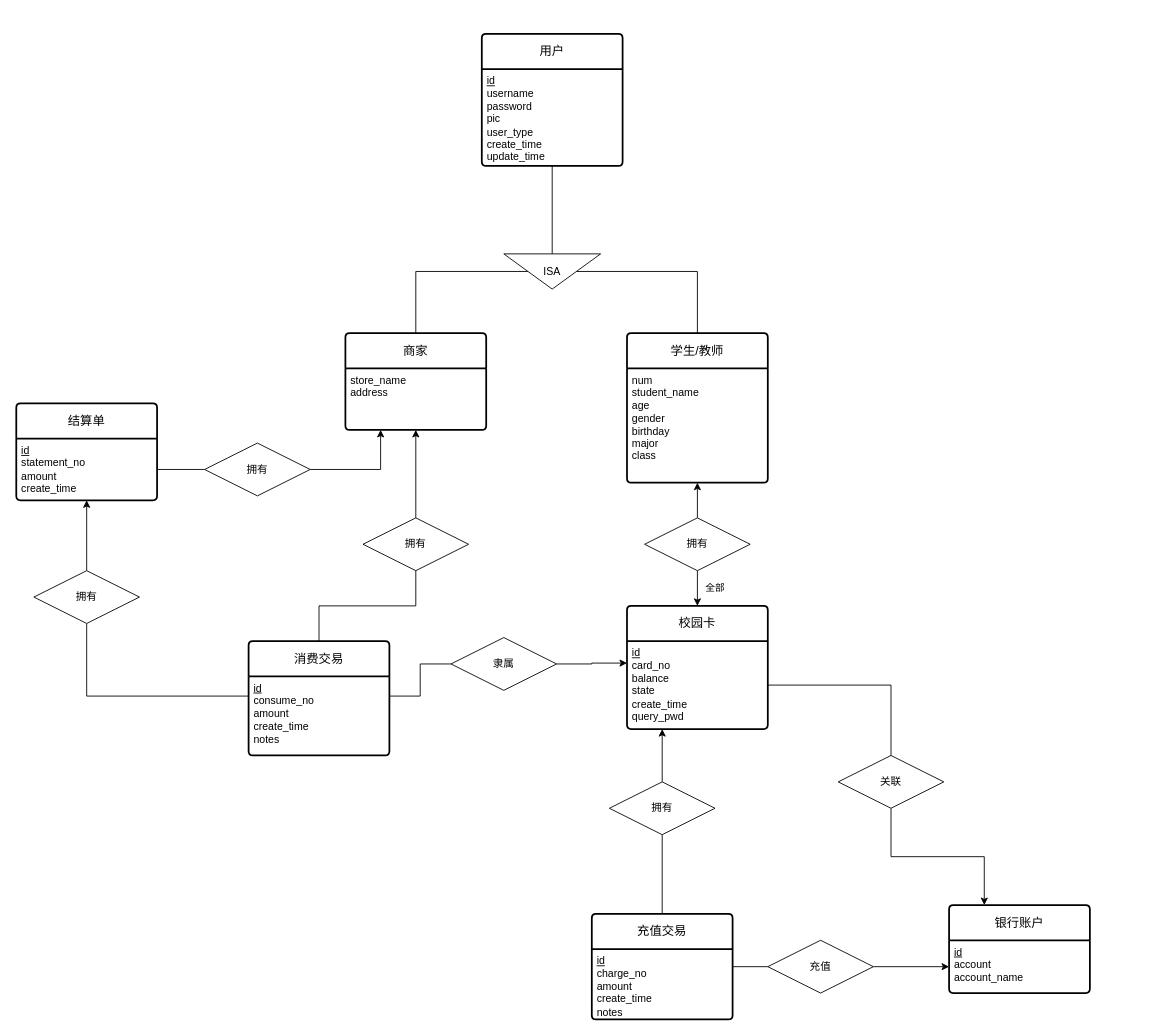
Above: ER-Charts/ER_CampusCard.drawio in ShiaoYoung/Database-course_design (draw.io), before the change. Source tidied: cells renumbered, new cells numbered last; positions are measured from the earlier drawing's top-left corner, leaving out a move shared by most shapes. Both pictures are drawn from the tidied source at 88%, with x=0, y=0 at pixel (16, 33).
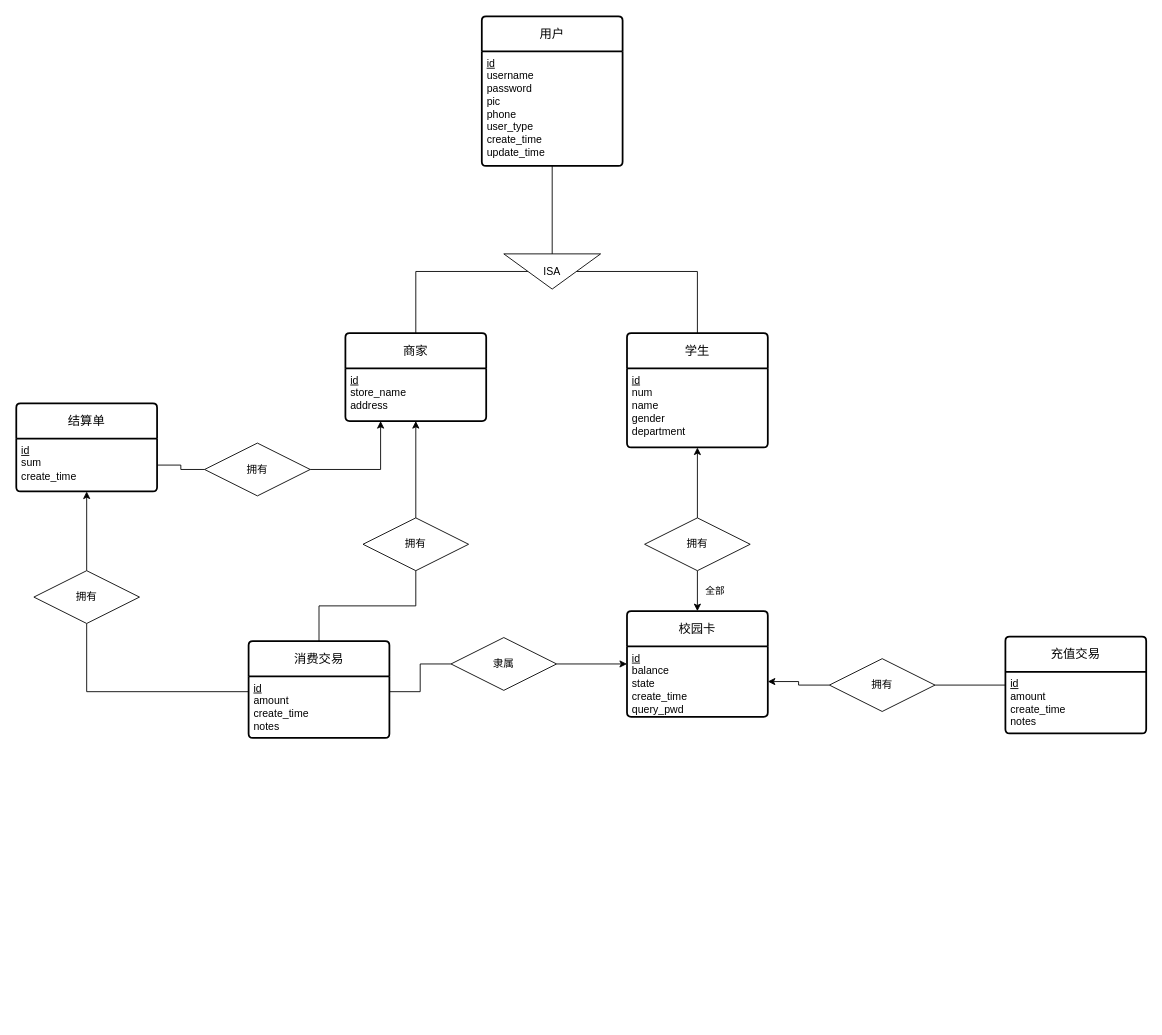
The same page after the edit.

The edit, as a diff of the source:
```diff
@@
     <mxCell id="2" value="商家" style="swimlane;horizontal=1;startSize=40;rounded=1;fontSize=14;fontStyle=0;strokeWidth=2;shadow=0;dashed=0;align=center;arcSize=4;whiteSpace=wrap;html=1;" parent="1" vertex="1">
-      <mxGeometry x="374" y="340" width="160" height="110" as="geometry" />
+      <mxGeometry x="374" y="340" width="160" height="100" as="geometry" />
     </mxCell>
-    <mxCell id="3" value="&lt;div&gt;store_name&lt;div&gt;address&lt;/div&gt;&lt;/div&gt;" style="align=left;strokeColor=none;fillColor=none;spacingLeft=4;fontSize=12;verticalAlign=top;html=1;" parent="2" vertex="1">
-      <mxGeometry y="40" width="160" height="70" as="geometry" />
+    <mxCell id="3" value="&lt;div&gt;&lt;u&gt;id&lt;/u&gt;&lt;/div&gt;&lt;div&gt;store_name&lt;div&gt;address&lt;/div&gt;&lt;/div&gt;" style="align=left;strokeColor=none;fillColor=none;spacingLeft=4;fontSize=12;verticalAlign=top;html=1;" parent="2" vertex="1">
+      <mxGeometry y="40" width="160" height="60" as="geometry" />
     </mxCell>
     <mxCell id="4" value="校园卡" style="swimlane;horizontal=1;startSize=40;rounded=1;fontSize=14;fontStyle=0;strokeWidth=2;shadow=0;dashed=0;align=center;arcSize=4;whiteSpace=wrap;html=1;" parent="1" vertex="1">
-      <mxGeometry x="694" y="650" width="160" height="140" as="geometry" />
+      <mxGeometry x="694" y="656" width="160" height="120" as="geometry" />
     </mxCell>
-    <mxCell id="5" value="&lt;u&gt;id&lt;/u&gt;&lt;div&gt;card_no&lt;br&gt;balance&lt;/div&gt;&lt;div&gt;state&lt;/div&gt;&lt;div&gt;create_time&lt;/div&gt;&lt;div&gt;query_pwd&lt;/div&gt;" style="align=left;strokeColor=none;fillColor=none;spacingLeft=4;fontSize=12;verticalAlign=top;html=1;" parent="4" vertex="1">
-      <mxGeometry y="40" width="160" height="100" as="geometry" />
+    <mxCell id="5" value="&lt;u&gt;id&lt;/u&gt;&lt;div&gt;balance&lt;/div&gt;&lt;div&gt;state&lt;/div&gt;&lt;div&gt;create_time&lt;/div&gt;&lt;div&gt;query_pwd&lt;/div&gt;" style="align=left;strokeColor=none;fillColor=none;spacingLeft=4;fontSize=12;verticalAlign=top;html=1;" parent="4" vertex="1">
+      <mxGeometry y="40" width="160" height="80" as="geometry" />
     </mxCell>
     <mxCell id="6" value="用户" style="swimlane;horizontal=1;startSize=40;rounded=1;fontSize=14;fontStyle=0;strokeWidth=2;shadow=0;dashed=0;align=center;arcSize=4;whiteSpace=wrap;html=1;" parent="1" vertex="1">
-      <mxGeometry x="529" width="160" height="150" as="geometry" />
+      <mxGeometry x="529" y="-20" width="160" height="170" as="geometry" />
     </mxCell>
-    <mxCell id="7" value="&lt;u&gt;id&lt;/u&gt;&lt;div&gt;username&lt;/div&gt;&lt;div&gt;password&lt;/div&gt;&lt;div&gt;pic&lt;/div&gt;&lt;div&gt;user_type&lt;/div&gt;&lt;div&gt;create_time&lt;/div&gt;&lt;div&gt;update_time&lt;/div&gt;" style="align=left;strokeColor=none;fillColor=none;spacingLeft=4;fontSize=12;verticalAlign=top;html=1;" parent="6" vertex="1">
-      <mxGeometry y="40" width="160" height="110" as="geometry" />
+    <mxCell id="7" value="&lt;u&gt;id&lt;/u&gt;&lt;div&gt;username&lt;/div&gt;&lt;div&gt;password&lt;/div&gt;&lt;div&gt;pic&lt;/div&gt;&lt;div&gt;phone&lt;/div&gt;&lt;div&gt;user_type&lt;/div&gt;&lt;div&gt;create_time&lt;/div&gt;&lt;div&gt;update_time&lt;/div&gt;" style="align=left;strokeColor=none;fillColor=none;spacingLeft=4;fontSize=12;verticalAlign=top;html=1;" parent="6" vertex="1">
+      <mxGeometry y="40" width="160" height="130" as="geometry" />
     </mxCell>
-    <mxCell id="8" value="学生/教师" style="swimlane;horizontal=1;startSize=40;rounded=1;fontSize=14;fontStyle=0;strokeWidth=2;shadow=0;dashed=0;align=center;arcSize=4;whiteSpace=wrap;html=1;" parent="1" vertex="1">
-      <mxGeometry x="694" y="340" width="160" height="170" as="geometry" />
+    <mxCell id="8" value="学生" style="swimlane;horizontal=1;startSize=40;rounded=1;fontSize=14;fontStyle=0;strokeWidth=2;shadow=0;dashed=0;align=center;arcSize=4;whiteSpace=wrap;html=1;" parent="1" vertex="1">
+      <mxGeometry x="694" y="340" width="160" height="130" as="geometry" />
     </mxCell>
-    <mxCell id="9" value="&lt;div&gt;&lt;span style=&quot;background-color: initial;&quot;&gt;num&lt;/span&gt;&lt;br&gt;&lt;/div&gt;student_name&lt;div&gt;age&lt;/div&gt;&lt;div&gt;gender&lt;/div&gt;&lt;div&gt;birthday&lt;/div&gt;&lt;div&gt;major&lt;/div&gt;&lt;div&gt;class&lt;/div&gt;" style="align=left;strokeColor=none;fillColor=none;spacingLeft=4;fontSize=12;verticalAlign=top;html=1;" parent="8" vertex="1">
-      <mxGeometry y="40" width="160" height="130" as="geometry" />
+    <mxCell id="9" value="&lt;div&gt;&lt;span style=&quot;background-color: initial;&quot;&gt;&lt;u&gt;id&lt;/u&gt;&lt;/span&gt;&lt;/div&gt;&lt;div&gt;&lt;span style=&quot;background-color: initial;&quot;&gt;num&lt;/span&gt;&lt;br&gt;&lt;/div&gt;name&lt;div&gt;gender&lt;/div&gt;&lt;div&gt;department&lt;/div&gt;" style="align=left;strokeColor=none;fillColor=none;spacingLeft=4;fontSize=12;verticalAlign=top;html=1;" parent="8" vertex="1">
+      <mxGeometry y="40" width="160" height="90" as="geometry" />
     </mxCell>
@@
     <mxCell id="15" value="消费交易" style="swimlane;horizontal=1;startSize=40;rounded=1;fontSize=14;fontStyle=0;strokeWidth=2;shadow=0;dashed=0;align=center;arcSize=4;whiteSpace=wrap;html=1;" parent="1" vertex="1">
-      <mxGeometry x="264" y="690" width="160" height="130" as="geometry" />
+      <mxGeometry x="264" y="690" width="160" height="110" as="geometry" />
     </mxCell>
-    <mxCell id="16" value="&lt;u&gt;id&lt;/u&gt;&lt;div&gt;consume_no&lt;br&gt;amount&lt;div&gt;create_time&lt;/div&gt;&lt;/div&gt;&lt;div&gt;notes&lt;/div&gt;" style="align=left;strokeColor=none;fillColor=none;spacingLeft=4;fontSize=12;verticalAlign=top;html=1;" parent="15" vertex="1">
-      <mxGeometry y="40" width="160" height="90" as="geometry" />
+    <mxCell id="16" value="&lt;u&gt;id&lt;/u&gt;&lt;div&gt;amount&lt;div&gt;create_time&lt;/div&gt;&lt;/div&gt;&lt;div&gt;notes&lt;/div&gt;" style="align=left;strokeColor=none;fillColor=none;spacingLeft=4;fontSize=12;verticalAlign=top;html=1;" parent="15" vertex="1">
+      <mxGeometry y="40" width="160" height="70" as="geometry" />
     </mxCell>
+    <mxCell id="46" style="edgeStyle=orthogonalEdgeStyle;rounded=0;jettySize=auto;html=1;entryX=1;entryY=0.5;entryDx=0;entryDy=0;endArrow=none;endFill=0;" parent="1" edge="1" source="17" target="28">
+      <mxGeometry relative="1" as="geometry" />
+    </mxCell>
     <mxCell id="17" value="充值交易" style="swimlane;horizontal=1;startSize=40;rounded=1;fontSize=14;fontStyle=0;strokeWidth=2;shadow=0;dashed=0;align=center;arcSize=4;whiteSpace=wrap;html=1;" parent="1" vertex="1">
-      <mxGeometry x="654" y="1000" width="160" height="120" as="geometry" />
+      <mxGeometry x="1124" y="685" width="160" height="110" as="geometry" />
     </mxCell>
-    <mxCell id="18" value="&lt;u&gt;id&lt;/u&gt;&lt;div&gt;charge_no&lt;br&gt;amount&lt;div&gt;create_time&lt;/div&gt;&lt;/div&gt;&lt;div&gt;notes&lt;/div&gt;" style="align=left;strokeColor=none;fillColor=none;spacingLeft=4;fontSize=12;verticalAlign=top;html=1;" parent="17" vertex="1">
-      <mxGeometry y="40" width="160" height="80" as="geometry" />
+    <mxCell id="18" value="&lt;u&gt;id&lt;/u&gt;&lt;div&gt;amount&lt;div&gt;create_time&lt;/div&gt;&lt;/div&gt;&lt;div&gt;notes&lt;/div&gt;" style="align=left;strokeColor=none;fillColor=none;spacingLeft=4;fontSize=12;verticalAlign=top;html=1;" parent="17" vertex="1">
+      <mxGeometry y="40" width="160" height="70" as="geometry" />
     </mxCell>
-    <mxCell id="19" value="银行账户" style="swimlane;horizontal=1;startSize=40;rounded=1;fontSize=14;fontStyle=0;strokeWidth=2;shadow=0;dashed=0;align=center;arcSize=4;whiteSpace=wrap;html=1;" parent="1" vertex="1">
-      <mxGeometry x="1060" y="990" width="160" height="100" as="geometry" />
-    </mxCell>
-    <mxCell id="20" value="&lt;u&gt;id&lt;/u&gt;&lt;div&gt;account&lt;br&gt;account_name&lt;/div&gt;" style="align=left;strokeColor=none;fillColor=none;spacingLeft=4;fontSize=12;verticalAlign=top;html=1;" parent="19" vertex="1">
-      <mxGeometry y="40" width="160" height="60" as="geometry" />
-    </mxCell>
     <mxCell id="21" value="结算单" style="swimlane;horizontal=1;startSize=40;rounded=1;fontSize=14;fontStyle=0;strokeWidth=2;shadow=0;dashed=0;align=center;arcSize=4;whiteSpace=wrap;html=1;" parent="1" vertex="1">
-      <mxGeometry y="420" width="160" height="110" as="geometry" />
+      <mxGeometry y="420" width="160" height="100" as="geometry" />
     </mxCell>
-    <mxCell id="22" value="&lt;u&gt;id&lt;/u&gt;&lt;div&gt;statement_no&lt;br&gt;amount&lt;/div&gt;&lt;div&gt;create_time&lt;/div&gt;" style="align=left;strokeColor=none;fillColor=none;spacingLeft=4;fontSize=12;verticalAlign=top;html=1;" parent="21" vertex="1">
-      <mxGeometry y="40" width="160" height="70" as="geometry" />
+    <mxCell id="22" value="&lt;u&gt;id&lt;/u&gt;&lt;div&gt;sum&lt;/div&gt;&lt;div&gt;create_time&lt;/div&gt;" style="align=left;strokeColor=none;fillColor=none;spacingLeft=4;fontSize=12;verticalAlign=top;html=1;" parent="21" vertex="1">
+      <mxGeometry y="40" width="160" height="60" as="geometry" />
     </mxCell>
@@
-    <mxCell id="26" style="edgeStyle=orthogonalEdgeStyle;rounded=0;jettySize=auto;html=1;exitX=0.5;exitY=1;exitDx=0;exitDy=0;entryX=0.5;entryY=0;entryDx=0;entryDy=0;endArrow=none;endFill=0;" parent="1" edge="1" source="28" target="17">
-      <mxGeometry relative="1" as="geometry" />
-    </mxCell>
-    <mxCell id="27" style="edgeStyle=orthogonalEdgeStyle;rounded=0;jettySize=auto;html=1;exitX=0.5;exitY=0;exitDx=0;exitDy=0;entryX=0.25;entryY=1;entryDx=0;entryDy=0;" parent="1" edge="1" source="28" target="5">
+    <mxCell id="27" style="edgeStyle=orthogonalEdgeStyle;rounded=0;jettySize=auto;html=1;" parent="1" edge="1" source="28" target="5">
       <mxGeometry relative="1" as="geometry" />
     </mxCell>
     <mxCell id="28" value="拥有" style="shape=rhombus;perimeter=rhombusPerimeter;whiteSpace=wrap;html=1;align=center;" parent="1" vertex="1">
-      <mxGeometry x="674" y="850" width="120" height="60" as="geometry" />
+      <mxGeometry x="924" y="710" width="120" height="60" as="geometry" />
     </mxCell>
-    <mxCell id="29" style="edgeStyle=orthogonalEdgeStyle;rounded=0;jettySize=auto;html=1;exitX=1;exitY=0.5;exitDx=0;exitDy=0;" parent="1" edge="1" source="30" target="20">
-      <mxGeometry relative="1" as="geometry" />
-    </mxCell>
-    <mxCell id="30" value="充值" style="shape=rhombus;perimeter=rhombusPerimeter;whiteSpace=wrap;html=1;align=center;" parent="1" vertex="1">
-      <mxGeometry x="854" y="1030" width="120" height="60" as="geometry" />
-    </mxCell>
-    <mxCell id="31" style="edgeStyle=orthogonalEdgeStyle;rounded=0;jettySize=auto;html=1;exitX=1;exitY=0.25;exitDx=0;exitDy=0;entryX=0;entryY=0.5;entryDx=0;entryDy=0;endArrow=none;endFill=0;" parent="1" edge="1" source="18" target="30">
-      <mxGeometry relative="1" as="geometry" />
-    </mxCell>
-    <mxCell id="32" style="edgeStyle=orthogonalEdgeStyle;rounded=0;jettySize=auto;html=1;exitX=0.5;exitY=1;exitDx=0;exitDy=0;entryX=0.25;entryY=0;entryDx=0;entryDy=0;" parent="1" edge="1" source="33" target="19">
-      <mxGeometry relative="1" as="geometry" />
-    </mxCell>
-    <mxCell id="33" value="关联" style="shape=rhombus;perimeter=rhombusPerimeter;whiteSpace=wrap;html=1;align=center;" parent="1" vertex="1">
-      <mxGeometry x="934" y="820" width="120" height="60" as="geometry" />
-    </mxCell>
-    <mxCell id="34" style="edgeStyle=orthogonalEdgeStyle;rounded=0;jettySize=auto;html=1;exitX=1;exitY=0.5;exitDx=0;exitDy=0;entryX=0.5;entryY=0;entryDx=0;entryDy=0;endArrow=none;endFill=0;" parent="1" edge="1" source="5" target="33">
-      <mxGeometry relative="1" as="geometry" />
-    </mxCell>
```
